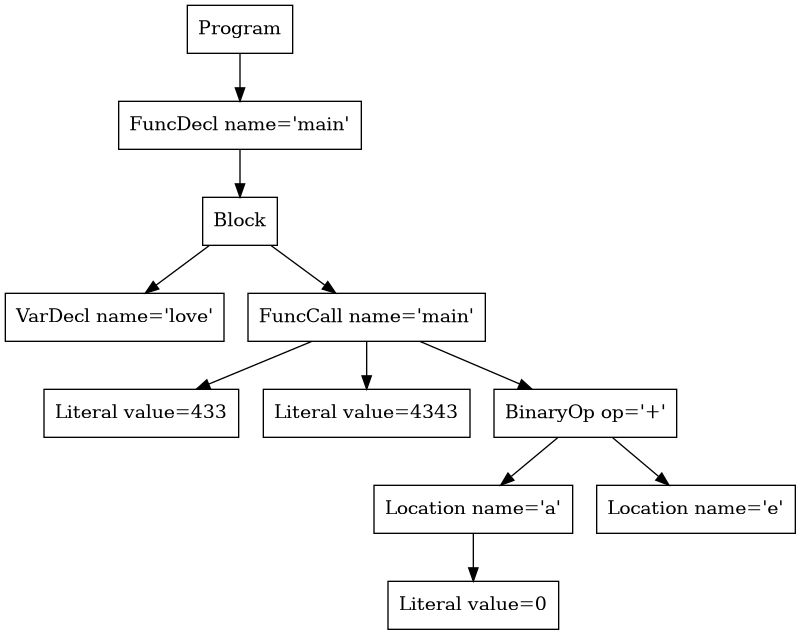
Earlier version of the Graphviz export p2-parser/tree.png (purejerome/cs432_project). Its source is kept beside it as p2-parser/tree.dot.
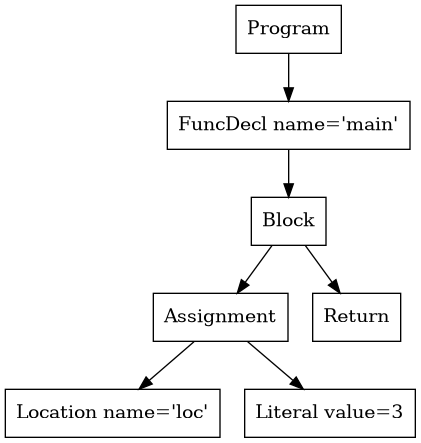
Above is the later version.

The edit, as a diff of the source:
```diff
@@ -1,21 +1,13 @@
 digraph AST {
-3 [shape=box, label="VarDecl name='love'"];
-5 [shape=box, label="Literal value=433"];
-6 [shape=box, label="Literal value=4343"];
-9 [shape=box, label="Literal value=0"];
-8 [shape=box, label="Location name='a'"];
-8 -> 9;
-10 [shape=box, label="Location name='e'"];
-7 [shape=box, label="BinaryOp op='+'"];
-7 -> 8;
-7 -> 10;
-4 [shape=box, label="FuncCall name='main'"];
-4 -> 5;
-4 -> 6;
-4 -> 7;
+4 [shape=box, label="Location name='loc'"];
+5 [shape=box, label="Literal value=3"];
+3 [shape=box, label="Assignment"];
+3 -> 4;
+3 -> 5;
+6 [shape=box, label="Return"];
 2 [shape=box, label="Block"];
 2 -> 3;
-2 -> 4;
+2 -> 6;
 1 [shape=box, label="FuncDecl name='main'"];
 1 -> 2;
 0 [shape=box, label="Program"];
```
